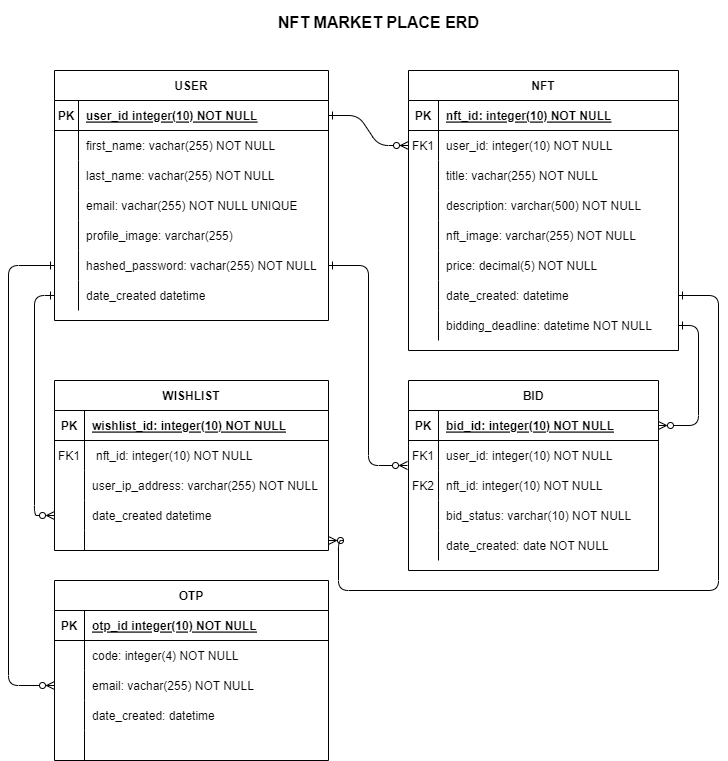
The draw.io diagram diagrams/entity relationship diagram.png in kevy0915/NFT_MarketPlace, before a commit. Source tidied: cells renumbered, new cells last; positions are measured from the earlier drawing's top-left corner, leaving out a move shared by most shapes.
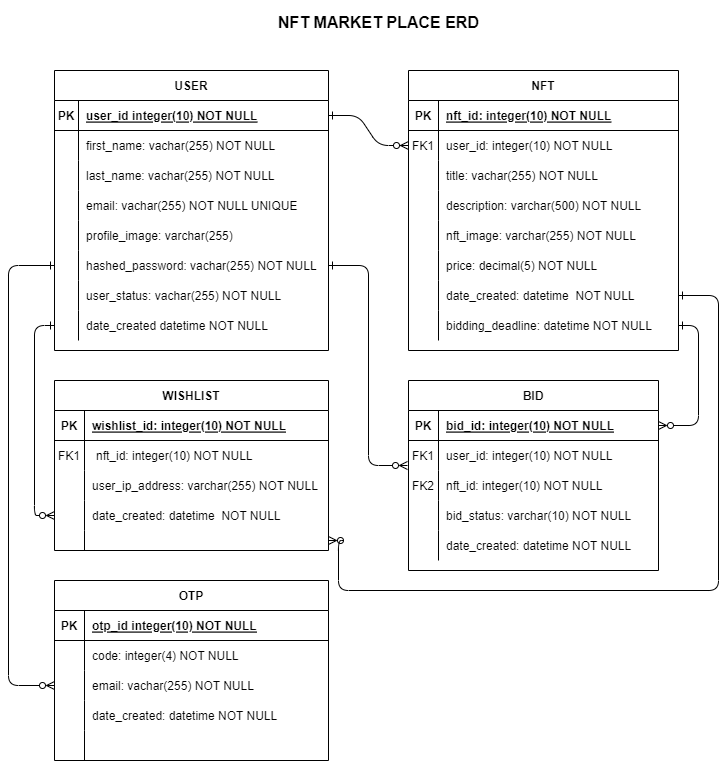
The same file after the commit.

The edit, as a diff of the source:
```diff
@@ -68,7 +68,7 @@
     <mxCell id="23" style="shape=partialRectangle;overflow=hidden;fillColor=none;top=0;left=0;bottom=0;right=0;" parent="22" vertex="1">
       <mxGeometry width="30" height="30" as="geometry" />
     </mxCell>
-    <mxCell id="24" value="date_created: datetime" style="shape=partialRectangle;overflow=hidden;fillColor=none;top=0;left=0;bottom=0;right=0;align=left;spacingLeft=6;" parent="22" vertex="1">
+    <mxCell id="24" value="date_created: datetime  NOT NULL" style="shape=partialRectangle;overflow=hidden;fillColor=none;top=0;left=0;bottom=0;right=0;align=left;spacingLeft=6;" parent="22" vertex="1">
       <mxGeometry x="30" width="240" height="30" as="geometry" />
     </mxCell>
     <mxCell id="25" style="shape=partialRectangle;fillColor=none;points=[[0,0.5],[1,0.5]];portConstraint=eastwest;top=0;left=0;right=0;bottom=0;" parent="3" vertex="1">
@@ -125,11 +125,11 @@
     <mxCell id="42" style="shape=partialRectangle;overflow=hidden;fillColor=none;top=0;left=0;bottom=0;right=0;" parent="41" vertex="1">
       <mxGeometry width="30" height="30" as="geometry" />
     </mxCell>
-    <mxCell id="43" value="date_created: date NOT NULL" style="shape=partialRectangle;overflow=hidden;fillColor=none;top=0;left=0;bottom=0;right=0;align=left;spacingLeft=6;" parent="41" vertex="1">
+    <mxCell id="43" value="date_created: datetime NOT NULL" style="shape=partialRectangle;overflow=hidden;fillColor=none;top=0;left=0;bottom=0;right=0;align=left;spacingLeft=6;" parent="41" vertex="1">
       <mxGeometry x="30" width="220" height="30" as="geometry" />
     </mxCell>
     <mxCell id="44" value="USER" style="shape=table;startSize=30;rowLines=0;fontStyle=1;align=center;" parent="1" vertex="1">
-      <mxGeometry x="46" y="70" width="274" height="250" as="geometry" />
+      <mxGeometry x="46" y="70" width="274" height="280" as="geometry" />
     </mxCell>
     <mxCell id="45" style="shape=partialRectangle;fillColor=none;points=[[0,0.5],[1,0.5]];portConstraint=eastwest;top=0;left=0;right=0;bottom=1;" parent="44" vertex="1">
       <mxGeometry y="30" width="274" height="30" as="geometry" />
@@ -185,13 +185,22 @@
     <mxCell id="62" value="hashed_password: vachar(255) NOT NULL" style="shape=partialRectangle;overflow=hidden;fillColor=none;top=0;left=0;bottom=0;right=0;align=left;spacingLeft=6;" parent="60" vertex="1">
       <mxGeometry x="24" width="250" height="30" as="geometry" />
     </mxCell>
+    <mxCell id="105" style="shape=partialRectangle;fillColor=none;top=0;left=0;right=0;bottom=0;" parent="44" vertex="1">
+      <mxGeometry y="210" width="274" height="30" as="geometry" />
+    </mxCell>
+    <mxCell id="106" style="shape=partialRectangle;overflow=hidden;fillColor=none;top=0;left=0;bottom=0;right=0;" parent="105" vertex="1">
+      <mxGeometry width="24" height="30" as="geometry" />
+    </mxCell>
+    <mxCell id="107" value="user_status: vachar(255) NOT NULL" style="shape=partialRectangle;overflow=hidden;fillColor=none;top=0;left=0;bottom=0;right=0;align=left;spacingLeft=6;" parent="105" vertex="1">
+      <mxGeometry x="24" width="250" height="30" as="geometry" />
+    </mxCell>
     <mxCell id="63" style="shape=partialRectangle;fillColor=none;points=[[0,0.5],[1,0.5]];portConstraint=eastwest;top=0;left=0;right=0;bottom=0;" parent="44" vertex="1">
-      <mxGeometry y="210" width="274" height="30" as="geometry" />
+      <mxGeometry y="240" width="274" height="30" as="geometry" />
     </mxCell>
     <mxCell id="64" style="shape=partialRectangle;overflow=hidden;fillColor=none;top=0;left=0;bottom=0;right=0;" parent="63" vertex="1">
       <mxGeometry width="24" height="30" as="geometry" />
     </mxCell>
-    <mxCell id="65" value="date_created datetime" style="shape=partialRectangle;overflow=hidden;fillColor=none;top=0;left=0;bottom=0;right=0;align=left;spacingLeft=6;" parent="63" vertex="1">
+    <mxCell id="65" value="date_created datetime NOT NULL" style="shape=partialRectangle;overflow=hidden;fillColor=none;top=0;left=0;bottom=0;right=0;align=left;spacingLeft=6;" parent="63" vertex="1">
       <mxGeometry x="24" width="250" height="30" as="geometry" />
     </mxCell>
     <mxCell id="66" value="&lt;font style=&quot;font-size: 16px;&quot;&gt;NFT MARKET PLACE ERD&lt;/font&gt;" style="text;strokeColor=none;fillColor=none;html=1;fontSize=24;fontStyle=1;verticalAlign=middle;align=center;" parent="1" vertex="1">
@@ -233,7 +242,7 @@
     <mxCell id="78" style="shape=partialRectangle;overflow=hidden;fillColor=none;top=0;left=0;bottom=0;right=0;" parent="77" vertex="1">
       <mxGeometry width="30" height="30" as="geometry" />
     </mxCell>
-    <mxCell id="79" value="date_created datetime" style="shape=partialRectangle;overflow=hidden;fillColor=none;top=0;left=0;bottom=0;right=0;align=left;spacingLeft=6;" parent="77" vertex="1">
+    <mxCell id="79" value="date_created: datetime  NOT NULL" style="shape=partialRectangle;overflow=hidden;fillColor=none;top=0;left=0;bottom=0;right=0;align=left;spacingLeft=6;" parent="77" vertex="1">
       <mxGeometry x="30" width="244" height="30" as="geometry" />
     </mxCell>
     <mxCell id="80" style="shape=partialRectangle;fillColor=none;points=[[0,0.5],[1,0.5]];portConstraint=eastwest;top=0;left=0;right=0;bottom=0;" parent="67" vertex="1">
@@ -281,7 +290,7 @@
     <mxCell id="94" style="shape=partialRectangle;overflow=hidden;fillColor=none;top=0;left=0;bottom=0;right=0;" parent="93" vertex="1">
       <mxGeometry width="30" height="30" as="geometry" />
     </mxCell>
-    <mxCell id="95" value="date_created: datetime " style="shape=partialRectangle;overflow=hidden;fillColor=none;top=0;left=0;bottom=0;right=0;align=left;spacingLeft=6;" parent="93" vertex="1">
+    <mxCell id="95" value="date_created: datetime NOT NULL" style="shape=partialRectangle;overflow=hidden;fillColor=none;top=0;left=0;bottom=0;right=0;align=left;spacingLeft=6;" parent="93" vertex="1">
       <mxGeometry x="30" width="244" height="30" as="geometry" />
     </mxCell>
     <mxCell id="96" style="shape=partialRectangle;fillColor=none;top=0;left=0;right=0;bottom=0;" parent="83" vertex="1">
```
